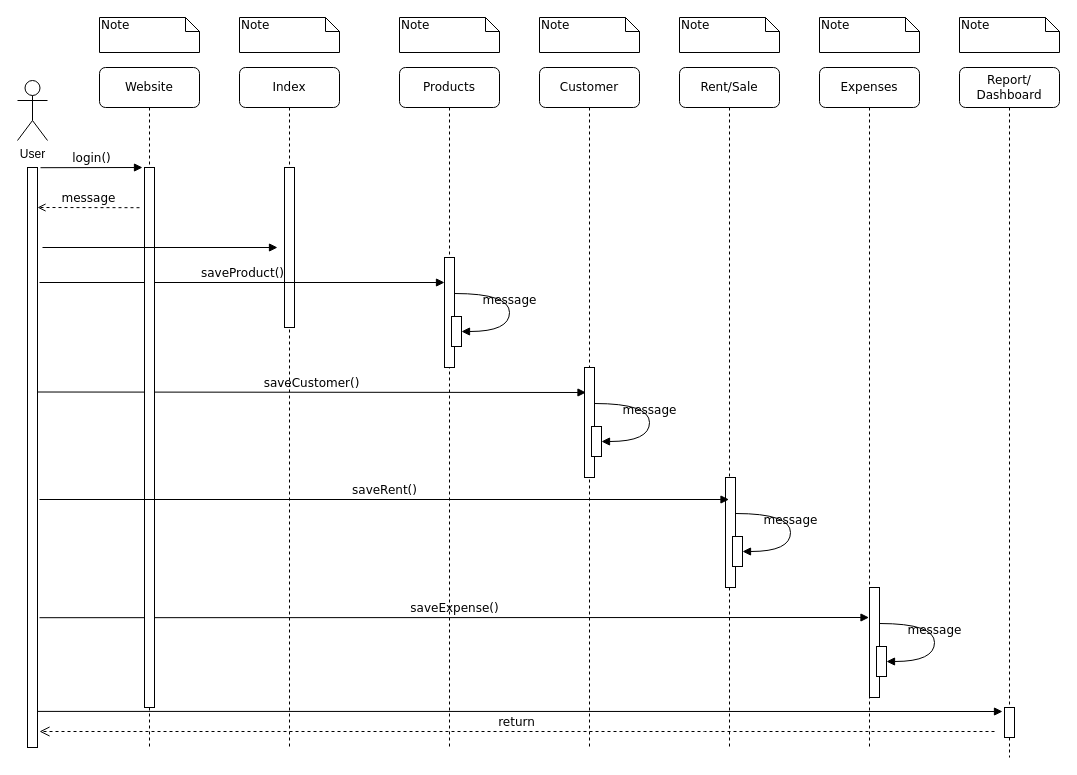
Earlier version of the draw.io diagram Sequence Diagram.drawio (sergio-oliveira-br/aluControl). Source tidied: cells renumbered, new cells numbered last; positions are measured from the earlier drawing's top-left corner, leaving out a move shared by most shapes. Both pictures are drawn from the tidied source at 100%, with x=0, y=0 at pixel (17, 17).
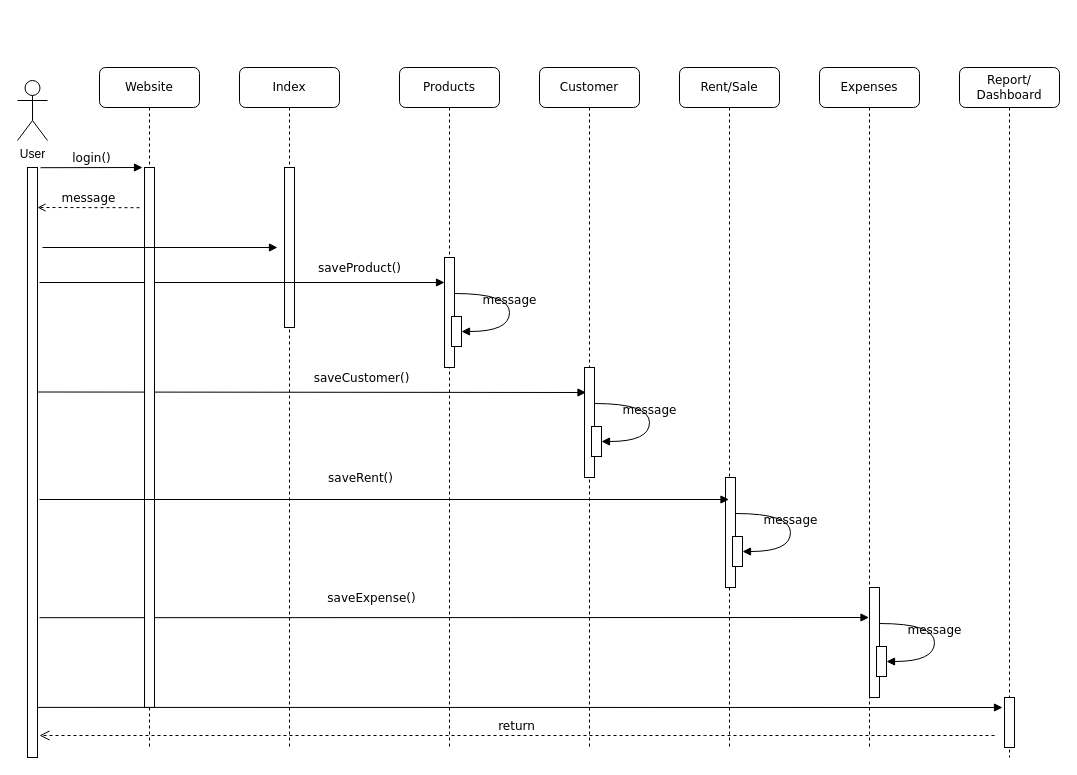
The same diagram, later.

The change refers to these unchanged cells:
```xml
<mxCell id="2" value="Index" style="shape=umlLifeline;perimeter=lifelinePerimeter;whiteSpace=wrap;html=1;rounded=1;shadow=0;comic=0;labelBackgroundColor=none;strokeWidth=1;fontFamily=Verdana;fontSize=12;align=center;" parent="1" vertex="1">
  <mxGeometry x="222" y="50" width="100" height="680" as="geometry" />
</mxCell>
<mxCell id="5" value="Products" style="shape=umlLifeline;perimeter=lifelinePerimeter;whiteSpace=wrap;html=1;rounded=1;shadow=0;comic=0;labelBackgroundColor=none;strokeWidth=1;fontFamily=Verdana;fontSize=12;align=center;" parent="1" vertex="1">
  <mxGeometry x="382" y="50" width="100" height="680" as="geometry" />
</mxCell>
<mxCell id="19" value="Expenses" style="shape=umlLifeline;perimeter=lifelinePerimeter;whiteSpace=wrap;html=1;outlineConnect=0;rounded=1;shadow=0;comic=0;labelBackgroundColor=none;strokeWidth=1;fontFamily=Verdana;fontSize=12;align=center;" parent="1" vertex="1">
  <mxGeometry x="802" y="50" width="100" height="680" as="geometry" />
</mxCell>
<mxCell id="24" value="Website" style="shape=umlLifeline;perimeter=lifelinePerimeter;whiteSpace=wrap;html=1;rounded=1;shadow=0;comic=0;labelBackgroundColor=none;strokeWidth=1;fontFamily=Verdana;fontSize=12;align=center;" parent="1" vertex="1">
  <mxGeometry x="82" y="50" width="100" height="680" as="geometry" />
</mxCell>
```

What changed in the source:
```diff
@@
     <mxCell id="4" value="saveCustomer()" style="html=1;verticalAlign=bottom;endArrow=block;labelBackgroundColor=none;fontFamily=Verdana;fontSize=12;edgeStyle=elbowEdgeStyle;elbow=vertical;" parent="2" edge="1">
-      <mxGeometry relative="1" as="geometry">
+      <mxGeometry x="0.18" y="5" relative="1" as="geometry">
         <mxPoint x="-203" y="324.5" as="sourcePoint" />
         <mxPoint x="346.5" y="325" as="targetPoint" />
         <Array as="points">
           <mxPoint x="257" y="325" />
         </Array>
       </mxGeometry>
     </mxCell>
@@
     <mxCell id="7" value="saveProduct()" style="html=1;verticalAlign=bottom;endArrow=block;entryX=0;entryY=0;labelBackgroundColor=none;fontFamily=Verdana;fontSize=12;edgeStyle=elbowEdgeStyle;elbow=vertical;" parent="5" edge="1">
-      <mxGeometry relative="1" as="geometry">
+      <mxGeometry x="0.58" y="5" relative="1" as="geometry">
         <mxPoint x="-360" y="215" as="sourcePoint" />
         <mxPoint x="45" y="214.7" as="targetPoint" />
       </mxGeometry>
     </mxCell>
@@
     <mxCell id="10" value="saveExpense()" style="html=1;verticalAlign=bottom;endArrow=block;labelBackgroundColor=none;fontFamily=Verdana;fontSize=12;edgeStyle=elbowEdgeStyle;elbow=vertical;" parent="5" edge="1" target="19">
-      <mxGeometry relative="1" as="geometry">
+      <mxGeometry x="-0.2" y="10" relative="1" as="geometry">
         <mxPoint x="-360" y="550.2" as="sourcePoint" />
       </mxGeometry>
     </mxCell>
@@
     <mxCell id="28" value="saveRent()" style="html=1;verticalAlign=bottom;endArrow=block;labelBackgroundColor=none;fontFamily=Verdana;fontSize=12;edgeStyle=elbowEdgeStyle;elbow=vertical;" parent="24" edge="1">
-      <mxGeometry relative="1" as="geometry">
+      <mxGeometry x="-0.07" y="12" relative="1" as="geometry">
         <mxPoint x="-60" y="432" as="sourcePoint" />
         <mxPoint x="629.5" y="431.8" as="targetPoint" />
       </mxGeometry>
     </mxCell>
     <mxCell id="29" style="html=1;perimeter=orthogonalPerimeter;rounded=0;shadow=0;comic=0;labelBackgroundColor=none;strokeColor=#000000;strokeWidth=1;fillColor=#FFFFFF;fontFamily=Verdana;fontSize=12;fontColor=#000000;align=center;" parent="1" vertex="1">
-      <mxGeometry x="987" y="690" width="10" height="30" as="geometry" />
+      <mxGeometry x="987" y="680" width="10" height="50" as="geometry" />
     </mxCell>
     <mxCell id="30" value="return" style="html=1;verticalAlign=bottom;endArrow=open;dashed=1;endSize=8;labelBackgroundColor=none;fontFamily=Verdana;fontSize=12;edgeStyle=elbowEdgeStyle;elbow=vertical;" parent="1" edge="1">
       <mxGeometry relative="1" as="geometry">
-        <mxPoint x="977" y="714" as="sourcePoint" />
-        <mxPoint x="22" y="714" as="targetPoint" />
+        <mxPoint x="977" y="718" as="sourcePoint" />
+        <mxPoint x="22" y="718" as="targetPoint" />
         <Array as="points">
-          <mxPoint x="677" y="714" />
+          <mxPoint x="677" y="718" />
         </Array>
       </mxGeometry>
     </mxCell>
-    <mxCell id="31" value="Note" style="shape=note;whiteSpace=wrap;html=1;size=14;verticalAlign=top;align=left;spacingTop=-6;rounded=0;shadow=0;comic=0;labelBackgroundColor=none;strokeWidth=1;fontFamily=Verdana;fontSize=12;" parent="1" vertex="1">
-      <mxGeometry x="82" width="100" height="35" as="geometry" />
-    </mxCell>
-    <mxCell id="32" value="Note" style="shape=note;whiteSpace=wrap;html=1;size=14;verticalAlign=top;align=left;spacingTop=-6;rounded=0;shadow=0;comic=0;labelBackgroundColor=none;strokeWidth=1;fontFamily=Verdana;fontSize=12;" parent="1" vertex="1">
-      <mxGeometry x="222" width="100" height="35" as="geometry" />
-    </mxCell>
-    <mxCell id="33" value="Note" style="shape=note;whiteSpace=wrap;html=1;size=14;verticalAlign=top;align=left;spacingTop=-6;rounded=0;shadow=0;comic=0;labelBackgroundColor=none;strokeWidth=1;fontFamily=Verdana;fontSize=12;" parent="1" vertex="1">
-      <mxGeometry x="382" width="100" height="35" as="geometry" />
-    </mxCell>
-    <mxCell id="34" value="Note" style="shape=note;whiteSpace=wrap;html=1;size=14;verticalAlign=top;align=left;spacingTop=-6;rounded=0;shadow=0;comic=0;labelBackgroundColor=none;strokeWidth=1;fontFamily=Verdana;fontSize=12;" parent="1" vertex="1">
-      <mxGeometry x="522" width="100" height="35" as="geometry" />
-    </mxCell>
-    <mxCell id="35" value="Note" style="shape=note;whiteSpace=wrap;html=1;size=14;verticalAlign=top;align=left;spacingTop=-6;rounded=0;shadow=0;comic=0;labelBackgroundColor=none;strokeWidth=1;fontFamily=Verdana;fontSize=12;" parent="1" vertex="1">
-      <mxGeometry x="662" width="100" height="35" as="geometry" />
-    </mxCell>
-    <mxCell id="36" value="Note" style="shape=note;whiteSpace=wrap;html=1;size=14;verticalAlign=top;align=left;spacingTop=-6;rounded=0;shadow=0;comic=0;labelBackgroundColor=none;strokeWidth=1;fontFamily=Verdana;fontSize=12;" parent="1" vertex="1">
-      <mxGeometry x="802" width="100" height="35" as="geometry" />
-    </mxCell>
-    <mxCell id="37" value="Note" style="shape=note;whiteSpace=wrap;html=1;size=14;verticalAlign=top;align=left;spacingTop=-6;rounded=0;shadow=0;comic=0;labelBackgroundColor=none;strokeWidth=1;fontFamily=Verdana;fontSize=12;" parent="1" vertex="1">
-      <mxGeometry x="942" width="100" height="35" as="geometry" />
-    </mxCell>
@@
     <mxCell id="39" style="html=1;perimeter=orthogonalPerimeter;rounded=0;shadow=0;comic=0;labelBackgroundColor=none;strokeWidth=1;fontFamily=Verdana;fontSize=12;align=center;" parent="1" vertex="1">
-      <mxGeometry x="10" y="150" width="10" height="580" as="geometry" />
+      <mxGeometry x="10" y="150" width="10" height="590" as="geometry" />
     </mxCell>
@@
     <mxCell id="41" style="html=1;verticalAlign=bottom;endArrow=block;labelBackgroundColor=none;fontFamily=Verdana;fontSize=12;edgeStyle=elbowEdgeStyle;elbow=vertical;" parent="1" edge="1">
       <mxGeometry relative="1" as="geometry">
-        <mxPoint x="20" y="693.9" as="sourcePoint" />
-        <mxPoint x="985" y="694" as="targetPoint" />
+        <mxPoint x="20" y="689.9" as="sourcePoint" />
+        <mxPoint x="985" y="690" as="targetPoint" />
       </mxGeometry>
     </mxCell>
```
